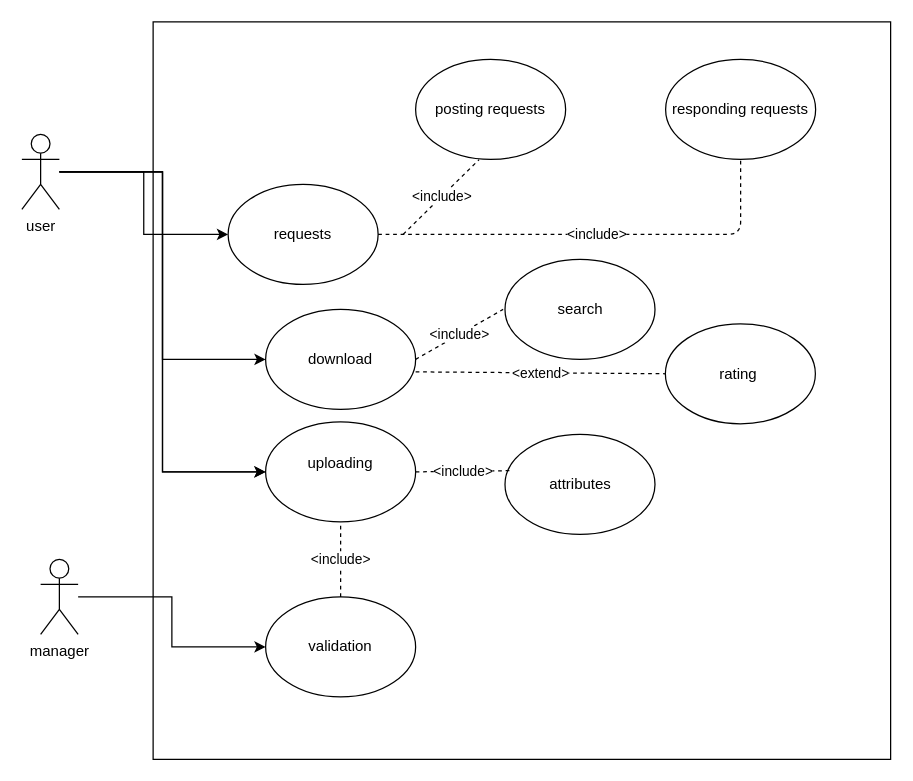
Above: Use case - booklet(handout).drawio in m-bassiri/HamyarApp (draw.io), before the change. Source tidied: cells renumbered, new cells numbered last; positions are measured from the earlier drawing's top-left corner, leaving out a move shared by most shapes. Both pictures are drawn from the tidied source at 125%, with x=0, y=0 at pixel (21, 21).
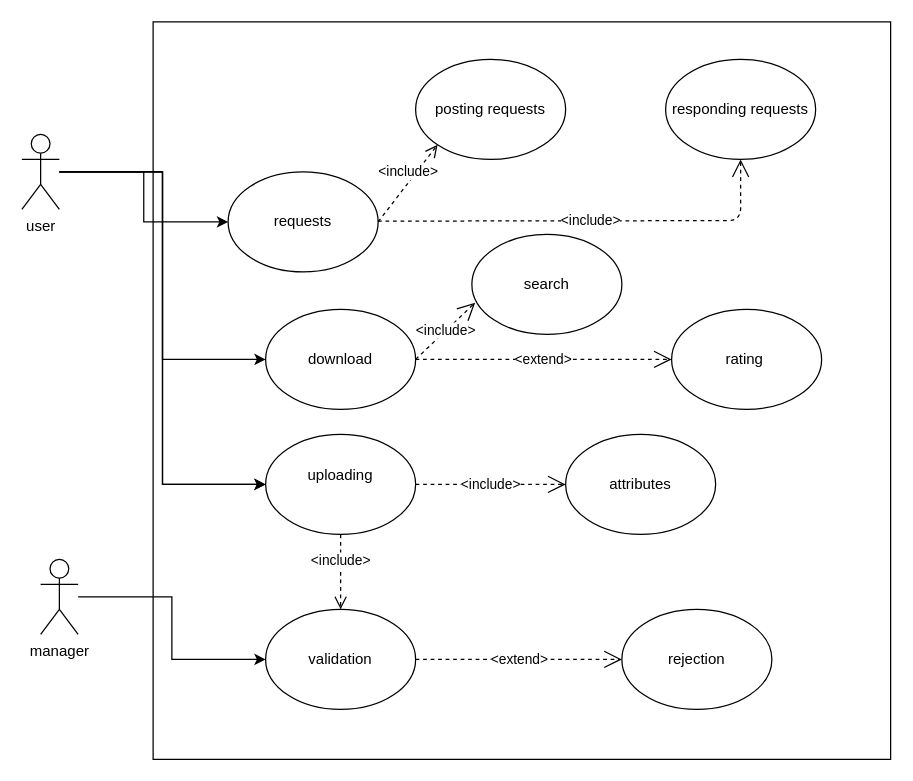
After the change.

Unchanged cells that the change refers to:
```xml
<mxCell id="8" value="posting requests" style="ellipse;whiteSpace=wrap;html=1;" parent="1" vertex="1">
  <mxGeometry x="315" y="30" width="120" height="80" as="geometry" />
</mxCell>
<mxCell id="11" value="responding requests&lt;br&gt;" style="ellipse;whiteSpace=wrap;html=1;" parent="1" vertex="1">
  <mxGeometry x="515" y="30" width="120" height="80" as="geometry" />
</mxCell>
<mxCell id="16" value="download" style="ellipse;whiteSpace=wrap;html=1;" parent="1" vertex="1">
  <mxGeometry x="195" y="230" width="120" height="80" as="geometry" />
</mxCell>
```

Change to the diagram source:
```diff
@@
     <mxCell id="7" value="requests" style="ellipse;whiteSpace=wrap;html=1;" parent="1" vertex="1">
-      <mxGeometry x="165" y="130" width="120" height="80" as="geometry" />
+      <mxGeometry x="165" y="120" width="120" height="80" as="geometry" />
     </mxCell>
@@
     <mxCell id="12" value="uploading&lt;br&gt;&lt;br&gt;" style="ellipse;whiteSpace=wrap;html=1;" parent="1" vertex="1">
-      <mxGeometry x="195" y="320" width="120" height="80" as="geometry" />
+      <mxGeometry x="195" y="330" width="120" height="80" as="geometry" />
     </mxCell>
     <mxCell id="13" value="validation&lt;br&gt;" style="ellipse;whiteSpace=wrap;html=1;" parent="1" vertex="1">
-      <mxGeometry x="195" y="460" width="120" height="80" as="geometry" />
+      <mxGeometry x="195" y="470" width="120" height="80" as="geometry" />
     </mxCell>
     <mxCell id="14" value="attributes&lt;br&gt;" style="ellipse;whiteSpace=wrap;html=1;" parent="1" vertex="1">
-      <mxGeometry x="386.5" y="330" width="120" height="80" as="geometry" />
+      <mxGeometry x="435" y="330" width="120" height="80" as="geometry" />
     </mxCell>
@@
     <mxCell id="17" value="search" style="ellipse;whiteSpace=wrap;html=1;" parent="1" vertex="1">
-      <mxGeometry x="386.5" y="190" width="120" height="80" as="geometry" />
+      <mxGeometry x="360" y="170" width="120" height="80" as="geometry" />
     </mxCell>
     <mxCell id="18" value="rating&amp;nbsp;" style="ellipse;whiteSpace=wrap;html=1;" parent="1" vertex="1">
-      <mxGeometry x="514.8" y="241.5" width="120" height="80" as="geometry" />
+      <mxGeometry x="519.8" y="230" width="120" height="80" as="geometry" />
     </mxCell>
-    <mxCell id="19" value="&amp;lt;include&amp;gt;" style="endArrow=none;dashed=1;html=1;entryX=0.423;entryY=1.002;entryDx=0;entryDy=0;entryPerimeter=0;" parent="1" edge="1" target="8">
-      <mxGeometry relative="1" as="geometry">
-        <mxPoint x="305" y="170" as="sourcePoint" />
-      </mxGeometry>
-    </mxCell>
-    <mxCell id="20" value="&amp;lt;include&amp;gt;" style="endArrow=none;dashed=1;html=1;entryX=0.5;entryY=1;entryDx=0;entryDy=0;exitX=1;exitY=0.5;exitDx=0;exitDy=0;" parent="1" edge="1" source="7" target="11">
-      <mxGeometry relative="1" as="geometry">
-        <Array as="points">
-          <mxPoint x="575" y="170" />
-        </Array>
-      </mxGeometry>
-    </mxCell>
-    <mxCell id="21" value="&amp;lt;include&amp;gt;" style="endArrow=none;dashed=1;html=1;exitX=1;exitY=0.5;exitDx=0;exitDy=0;" parent="1" edge="1" source="16">
-      <mxGeometry relative="1" as="geometry">
-        <mxPoint x="385" y="230" as="targetPoint" />
-      </mxGeometry>
-    </mxCell>
-    <mxCell id="22" value="&amp;lt;extend&amp;gt;" style="endArrow=none;dashed=1;html=1;entryX=0;entryY=0.5;entryDx=0;entryDy=0;" parent="1" edge="1" target="18">
-      <mxGeometry relative="1" as="geometry">
-        <mxPoint x="315" y="280" as="sourcePoint" />
-      </mxGeometry>
-    </mxCell>
+    <mxCell id="25" value="rejection" style="ellipse;whiteSpace=wrap;html=1;" parent="1" vertex="1">
+      <mxGeometry x="480" y="470" width="120" height="80" as="geometry" />
+    </mxCell>
+    <mxCell id="26" value="&amp;lt;include&amp;gt;" style="endArrow=open;endSize=12;dashed=1;html=1;exitX=1;exitY=0.5;exitDx=0;exitDy=0;entryX=0.022;entryY=0.683;entryDx=0;entryDy=0;entryPerimeter=0;" parent="1" edge="1" source="16" target="17">
+      <mxGeometry relative="1" as="geometry" />
+    </mxCell>
-    <mxCell id="23" value="&amp;lt;include&amp;gt;" style="endArrow=none;dashed=1;html=1;entryX=0.041;entryY=0.363;entryDx=0;entryDy=0;entryPerimeter=0;" parent="1" edge="1" source="12" target="14">
+    <mxCell id="23" value="&amp;lt;include&amp;gt;" style="endArrow=open;endSize=12;dashed=1;html=1;exitX=1;exitY=0.5;exitDx=0;exitDy=0;entryX=0;entryY=0.5;entryDx=0;entryDy=0;" parent="1" edge="1" source="12" target="14">
       <mxGeometry relative="1" as="geometry" />
     </mxCell>
-    <mxCell id="24" value="&amp;lt;include&amp;gt;" style="endArrow=none;dashed=1;html=1;entryX=0.5;entryY=1;entryDx=0;entryDy=0;exitX=0.5;exitY=0;exitDx=0;exitDy=0;" parent="1" edge="1" source="13" target="12">
-      <mxGeometry relative="1" as="geometry" />
-    </mxCell>
+    <mxCell id="27" value="&lt;div&gt;&amp;lt;include&amp;gt;&lt;/div&gt;" style="html=1;verticalAlign=bottom;endArrow=open;dashed=1;endSize=8;entryX=0.5;entryY=0;entryDx=0;entryDy=0;" parent="1" edge="1" target="13">
+      <mxGeometry relative="1" as="geometry">
+        <mxPoint x="255" y="410" as="sourcePoint" />
+      </mxGeometry>
+    </mxCell>
+    <mxCell id="28" value="&lt;div&gt;&amp;lt;include&amp;gt;&lt;/div&gt;" style="html=1;verticalAlign=bottom;endArrow=open;dashed=1;endSize=8;exitX=1;exitY=0.5;exitDx=0;exitDy=0;entryX=0;entryY=1;entryDx=0;entryDy=0;" parent="1" edge="1" source="7" target="8">
+      <mxGeometry relative="1" as="geometry" />
+    </mxCell>
+    <mxCell id="29" value="&amp;lt;extend&amp;gt;" style="endArrow=open;endSize=12;dashed=1;html=1;exitX=1;exitY=0.5;exitDx=0;exitDy=0;entryX=0;entryY=0.5;entryDx=0;entryDy=0;" parent="1" edge="1" source="13" target="25">
+      <mxGeometry relative="1" as="geometry" />
+    </mxCell>
+    <mxCell id="30" value="&amp;lt;extend&amp;gt;" style="endArrow=open;endSize=12;dashed=1;html=1;exitX=1;exitY=0.5;exitDx=0;exitDy=0;entryX=0;entryY=0.5;entryDx=0;entryDy=0;" parent="1" edge="1" target="18">
+      <mxGeometry relative="1" as="geometry">
+        <mxPoint x="314.9" y="269.9" as="sourcePoint" />
+      </mxGeometry>
+    </mxCell>
+    <mxCell id="31" value="&amp;lt;include&amp;gt;" style="endArrow=open;endSize=12;dashed=1;html=1;exitX=1;exitY=0.5;exitDx=0;exitDy=0;entryX=0.5;entryY=1;entryDx=0;entryDy=0;" parent="1" edge="1" target="11">
+      <mxGeometry relative="1" as="geometry">
+        <mxPoint x="284.9" y="159.4" as="sourcePoint" />
+        <Array as="points">
+          <mxPoint x="575" y="159" />
+        </Array>
+      </mxGeometry>
+    </mxCell>
```
